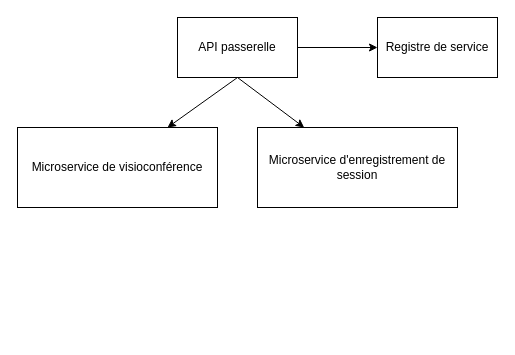
Before: AplicativeArchitecture.drawio in cjour/audit_logistics, a draw.io diagram. Source tidied: cells renumbered, new cells numbered last; positions are measured from the earlier drawing's top-left corner, leaving out a move shared by most shapes. Both pictures are drawn from the tidied source at 100%, with x=0, y=0 at pixel (17, 17).
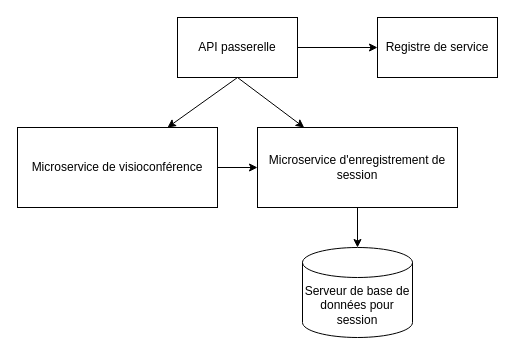
The same diagram, later.

Change to the diagram source:
```diff
@@
 <mxGraphModel>
   <root>
     <mxCell id="0" />
     <mxCell id="1" parent="0" />
+    <mxCell id="9" style="edgeStyle=orthogonalEdgeStyle;rounded=0;jettySize=auto;html=1;" parent="1" edge="1" source="2" target="11">
+      <mxGeometry relative="1" as="geometry" />
+    </mxCell>
     <mxCell id="2" value="Microservice d'enregistrement de session" style="rounded=0;whiteSpace=wrap;html=1;" parent="1" vertex="1">
       <mxGeometry x="240" y="110" width="200" height="80" as="geometry" />
     </mxCell>
+    <mxCell id="10" style="edgeStyle=orthogonalEdgeStyle;rounded=0;jettySize=auto;html=1;" parent="1" edge="1" source="3" target="2">
+      <mxGeometry relative="1" as="geometry" />
+    </mxCell>
     <mxCell id="3" value="Microservice de visioconférence" style="rounded=0;whiteSpace=wrap;html=1;" parent="1" vertex="1">
       <mxGeometry y="110" width="200" height="80" as="geometry" />
     </mxCell>
     <mxCell id="4" value="API passerelle" style="rounded=0;whiteSpace=wrap;html=1;" parent="1" vertex="1">
       <mxGeometry x="160" width="120" height="60" as="geometry" />
     </mxCell>
     <mxCell id="5" style="endArrow=classic;html=1;rounded=0;entryX=0.75;entryY=0;entryDx=0;entryDy=0;exitX=0.5;exitY=1;exitDx=0;exitDy=0;" parent="1" edge="1" source="4" target="3">
       <mxGeometry relative="1" as="geometry" />
     </mxCell>
     <mxCell id="6" style="endArrow=classic;html=1;rounded=0;exitX=0.5;exitY=1;exitDx=0;exitDy=0;" parent="1" edge="1" source="4" target="2">
       <mxGeometry relative="1" as="geometry" />
     </mxCell>
     <mxCell id="7" value="Registre de service" style="rounded=0;whiteSpace=wrap;html=1;" parent="1" vertex="1">
       <mxGeometry x="360" width="120" height="60" as="geometry" />
     </mxCell>
     <mxCell id="8" style="endArrow=classic;html=1;rounded=0;entryX=0;entryY=0.5;entryDx=0;entryDy=0;exitX=1;exitY=0.5;exitDx=0;exitDy=0;" parent="1" edge="1" source="4" target="7">
       <mxGeometry relative="1" as="geometry" />
     </mxCell>
+    <mxCell id="11" value="Serveur de base de données pour session" style="shape=cylinder3;whiteSpace=wrap;html=1;boundedLbl=1;backgroundOutline=1;size=15;" parent="1" vertex="1">
+      <mxGeometry x="285" y="230" width="110" height="90" as="geometry" />
+    </mxCell>
   </root>
 </mxGraphModel>
```
